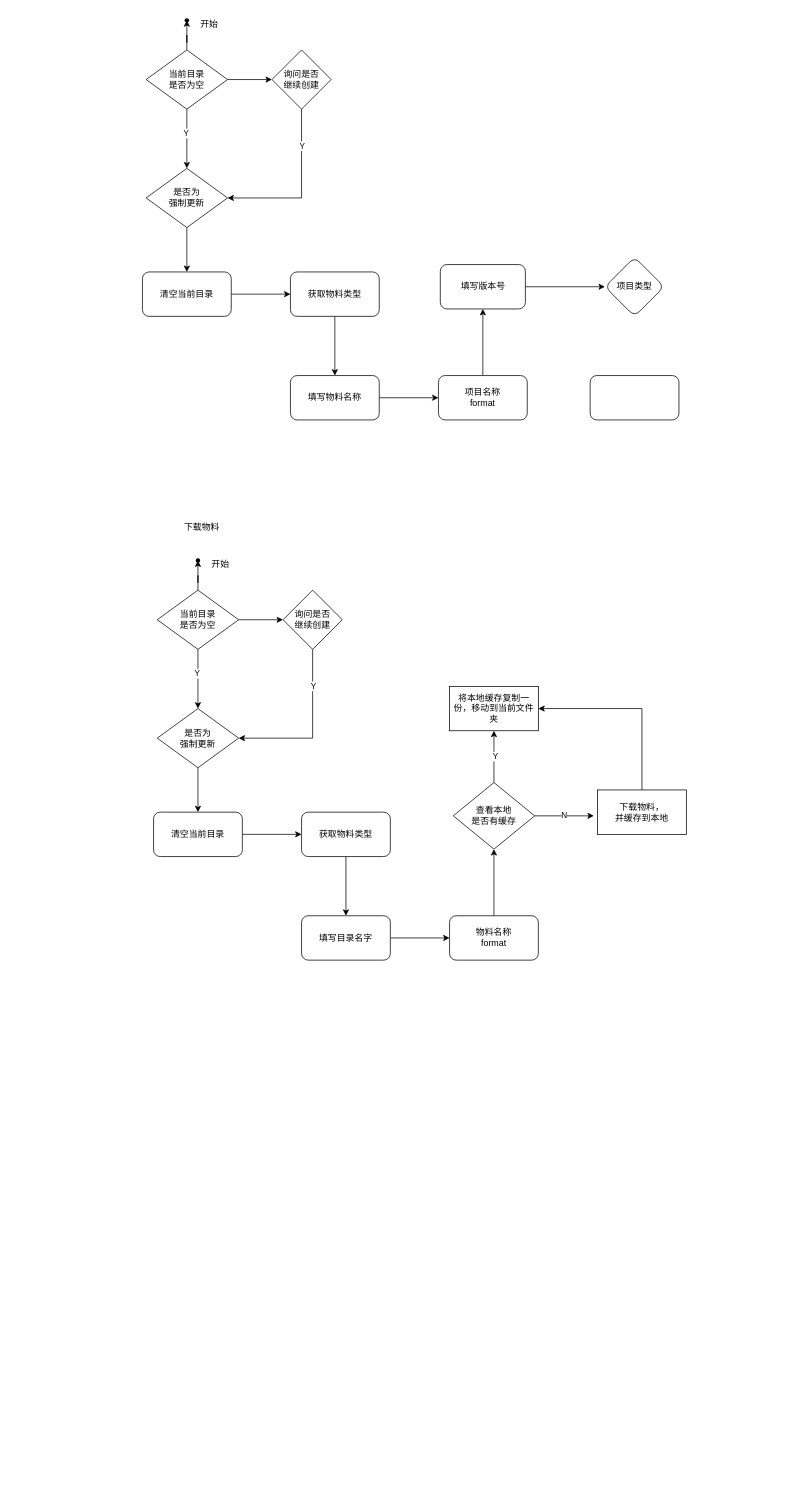
developerlinks/documents keeps this draw.io diagram as devlink.drawio. Above is the earlier version. Source tidied: cells renumbered, new cells numbered last; positions are measured from the earlier drawing's top-left corner, leaving out a move shared by most shapes. Both pictures are drawn from the tidied source at 74%, with x=0, y=0 at pixel (142, 13).
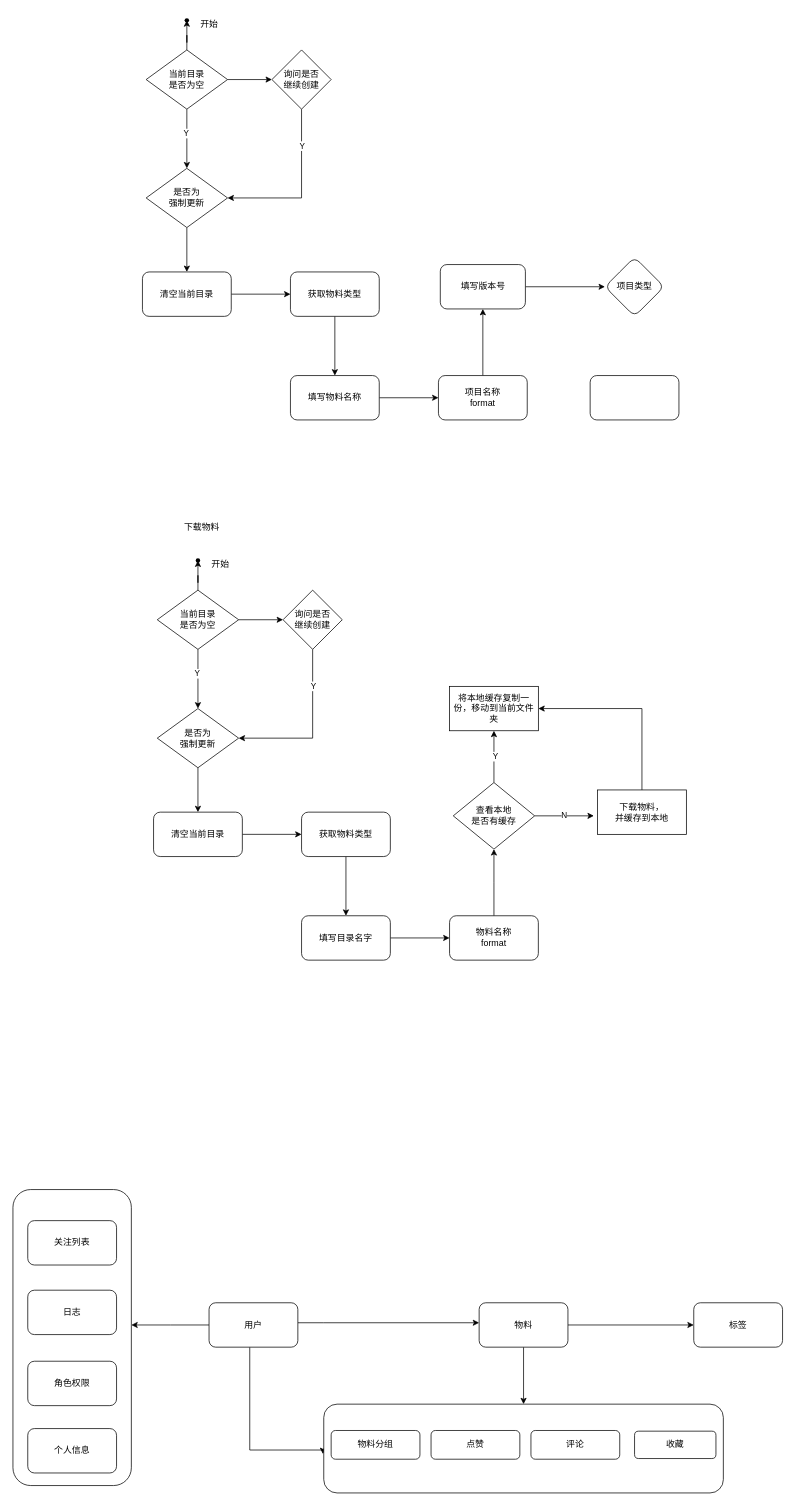
Above is the later version.

Commit message:
更新数据库设计

Change to the diagram source:
```diff
@@
+    <mxCell id="54" style="group;" parent="1" vertex="1">
+      <mxGeometry x="-175" y="1520" width="160" height="470" as="geometry" />
+    </mxCell>
+    <mxCell id="55" style="rounded=1;whiteSpace=wrap;html=1;" parent="54" vertex="1">
+      <mxGeometry y="70" width="160" height="400" as="geometry" />
+    </mxCell>
+    <mxCell id="56" value="个人信息" style="whiteSpace=wrap;html=1;rounded=1;" parent="54" vertex="1">
+      <mxGeometry x="20" y="393" width="120" height="60" as="geometry" />
+    </mxCell>
+    <mxCell id="57" value="角色权限" style="rounded=1;whiteSpace=wrap;html=1;" parent="54" vertex="1">
+      <mxGeometry x="20" y="302" width="120" height="60" as="geometry" />
+    </mxCell>
+    <mxCell id="58" value="关注列表" style="rounded=1;whiteSpace=wrap;html=1;" parent="54" vertex="1">
+      <mxGeometry x="20" y="112" width="120" height="60" as="geometry" />
+    </mxCell>
+    <mxCell id="59" value="日志" style="rounded=1;whiteSpace=wrap;html=1;" parent="54" vertex="1">
+      <mxGeometry x="20" y="206" width="120" height="60" as="geometry" />
+    </mxCell>
+    <mxCell id="60" style="edgeStyle=orthogonalEdgeStyle;rounded=0;jettySize=auto;html=1;" parent="1" edge="1" source="63" target="66">
+      <mxGeometry relative="1" as="geometry">
+        <Array as="points">
+          <mxPoint x="245" y="1770" />
+          <mxPoint x="245" y="1770" />
+        </Array>
+      </mxGeometry>
+    </mxCell>
+    <mxCell id="61" style="edgeStyle=orthogonalEdgeStyle;rounded=0;jettySize=auto;html=1;entryX=-0.002;entryY=0.562;entryDx=0;entryDy=0;entryPerimeter=0;" parent="1" edge="1" source="63" target="69">
+      <mxGeometry relative="1" as="geometry">
+        <Array as="points">
+          <mxPoint x="145" y="1942" />
+        </Array>
+      </mxGeometry>
+    </mxCell>
+    <mxCell id="62" style="edgeStyle=orthogonalEdgeStyle;rounded=0;jettySize=auto;html=1;" parent="1" edge="1" source="63">
+      <mxGeometry relative="1" as="geometry">
+        <mxPoint x="-15" y="1773" as="targetPoint" />
+      </mxGeometry>
+    </mxCell>
+    <mxCell id="63" value="用户" style="rounded=1;whiteSpace=wrap;html=1;" parent="1" vertex="1">
+      <mxGeometry x="90" y="1743" width="120" height="60" as="geometry" />
+    </mxCell>
+    <mxCell id="64" style="edgeStyle=orthogonalEdgeStyle;rounded=0;jettySize=auto;html=1;entryX=0;entryY=0.5;entryDx=0;entryDy=0;" parent="1" edge="1" source="66" target="67">
+      <mxGeometry relative="1" as="geometry" />
+    </mxCell>
+    <mxCell id="65" style="edgeStyle=orthogonalEdgeStyle;rounded=0;jettySize=auto;html=1;" parent="1" edge="1" source="66" target="69">
+      <mxGeometry relative="1" as="geometry" />
+    </mxCell>
+    <mxCell id="66" value="物料" style="whiteSpace=wrap;html=1;rounded=1;" parent="1" vertex="1">
+      <mxGeometry x="455" y="1743" width="120" height="60" as="geometry" />
+    </mxCell>
+    <mxCell id="67" value="标签" style="rounded=1;whiteSpace=wrap;html=1;" parent="1" vertex="1">
+      <mxGeometry x="745" y="1743" width="120" height="60" as="geometry" />
+    </mxCell>
+    <mxCell id="68" style="group;" parent="1" vertex="1">
+      <mxGeometry x="245" y="1880" width="540" height="120" as="geometry" />
+    </mxCell>
+    <mxCell id="69" style="rounded=1;whiteSpace=wrap;html=1;" parent="68" vertex="1">
+      <mxGeometry width="540" height="120" as="geometry" />
+    </mxCell>
+    <mxCell id="70" value="收藏" style="rounded=1;whiteSpace=wrap;html=1;" parent="69" vertex="1">
+      <mxGeometry x="420" y="36.5" width="110" height="37" as="geometry" />
+    </mxCell>
+    <mxCell id="71" value="点赞" style="rounded=1;whiteSpace=wrap;html=1;" parent="68" vertex="1">
+      <mxGeometry x="145" y="35.6" width="120" height="38.8" as="geometry" />
+    </mxCell>
+    <mxCell id="72" value="评论" style="rounded=1;whiteSpace=wrap;html=1;" parent="68" vertex="1">
+      <mxGeometry x="280" y="35.6" width="120" height="38.8" as="geometry" />
+    </mxCell>
+    <mxCell id="73" value="物料分组" style="rounded=1;whiteSpace=wrap;html=1;" parent="68" vertex="1">
+      <mxGeometry x="10" y="35.6" width="120" height="38.8" as="geometry" />
+    </mxCell>
```
